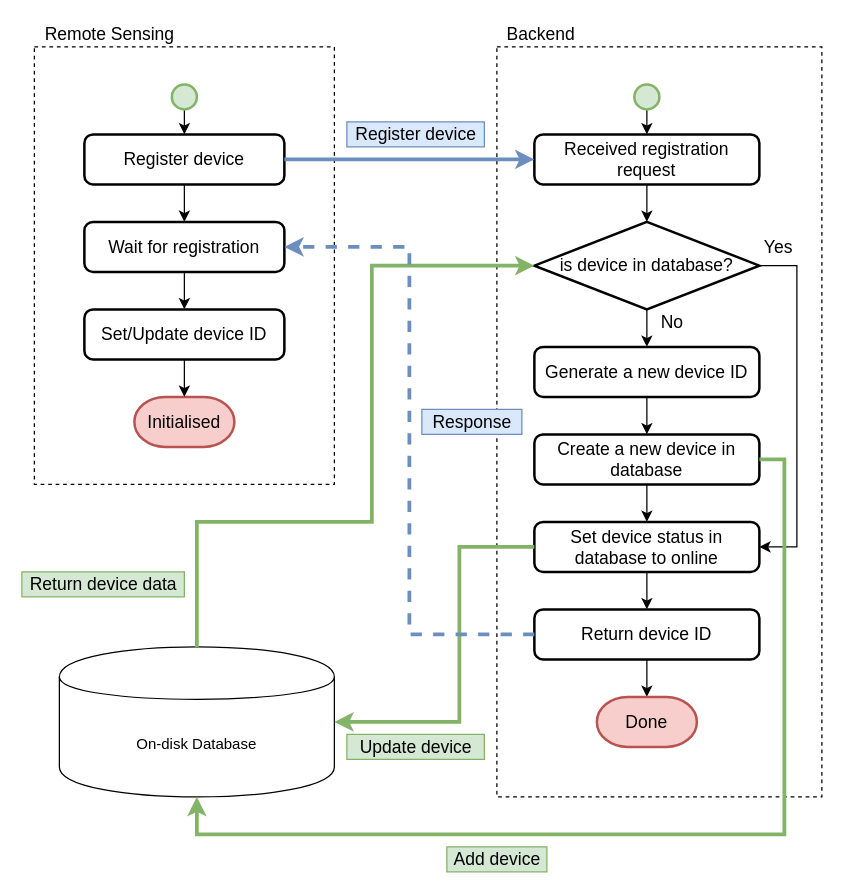
Zachaccino/Thesis-Paper keeps this draw.io diagram as drawios/c4-initialisation.drawio. Above is the earlier version. Source tidied: cells renumbered, new cells numbered last; positions are measured from the earlier drawing's top-left corner, leaving out a move shared by most shapes. Both pictures are drawn from the tidied source at 125%, with x=0, y=0 at pixel (21, 21).
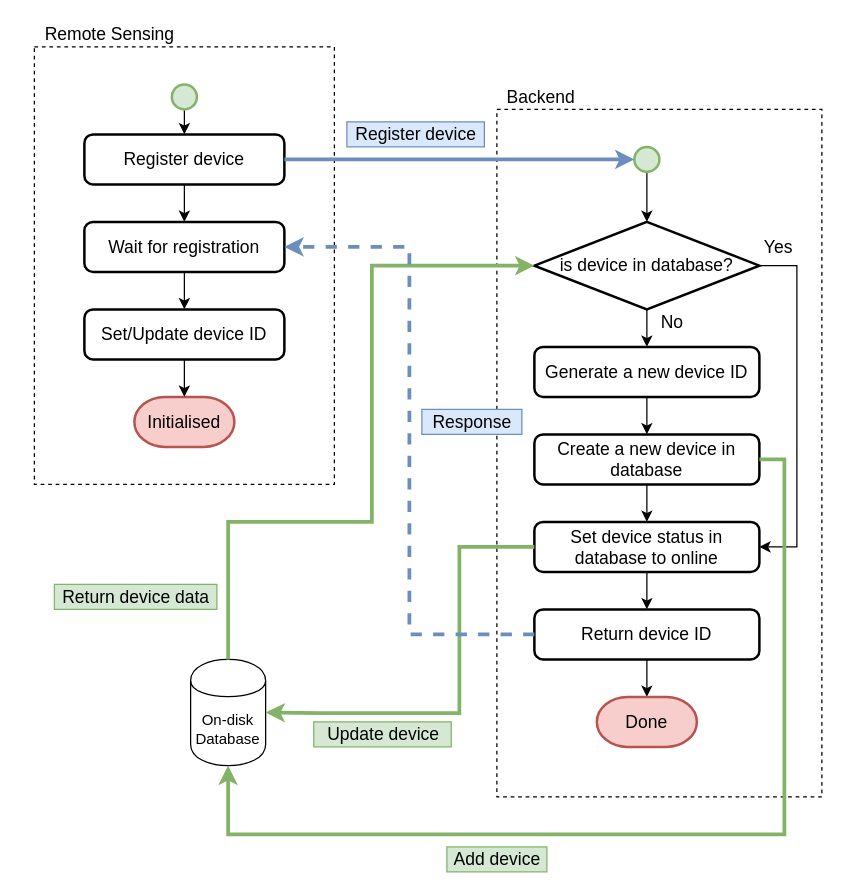
The same page after the edit.

Unchanged cells that the change refers to:
```xml
<mxCell id="3" value="Register device" style="rounded=1;whiteSpace=wrap;html=1;absoluteArcSize=1;arcSize=14;strokeWidth=2;fontSize=14;" parent="1" vertex="1">
  <mxGeometry x="50" y="90" width="160" height="40" as="geometry" />
</mxCell>
<mxCell id="16" value="is device in database?" style="strokeWidth=2;html=1;shape=mxgraph.flowchart.decision;whiteSpace=wrap;fontSize=14;" parent="1" vertex="1">
  <mxGeometry x="410" y="160" width="180" height="70" as="geometry" />
</mxCell>
<mxCell id="21" value="Create a new device in database" style="rounded=1;whiteSpace=wrap;html=1;absoluteArcSize=1;arcSize=14;strokeWidth=2;fontSize=14;" parent="1" vertex="1">
  <mxGeometry x="410" y="330" width="180" height="40" as="geometry" />
</mxCell>
<mxCell id="23" value="Set device status in database to online" style="rounded=1;whiteSpace=wrap;html=1;absoluteArcSize=1;arcSize=14;strokeWidth=2;fontSize=14;" parent="1" vertex="1">
  <mxGeometry x="410" y="400" width="180" height="40" as="geometry" />
</mxCell>
```

Change to the diagram source:
```diff
@@
+    <mxCell id="36" style="rounded=0;whiteSpace=wrap;html=1;fontSize=14;fillColor=none;dashed=1;" parent="1" vertex="1">
+      <mxGeometry x="380" y="70" width="260" height="550" as="geometry" />
+    </mxCell>
+    <mxCell id="37" style="rounded=0;whiteSpace=wrap;html=1;fontSize=14;fillColor=none;dashed=1;" parent="1" vertex="1">
+      <mxGeometry x="10" y="20" width="240" height="350" as="geometry" />
+    </mxCell>
@@
-    <mxCell id="8" style="edgeStyle=orthogonalEdgeStyle;rounded=0;jettySize=auto;html=1;exitX=0.5;exitY=1;exitDx=0;exitDy=0;exitPerimeter=0;entryX=0.5;entryY=0;entryDx=0;entryDy=0;fontSize=14;" parent="1" edge="1" source="9" target="11">
-      <mxGeometry relative="1" as="geometry" />
-    </mxCell>
+    <mxCell id="44" style="edgeStyle=orthogonalEdgeStyle;rounded=0;jettySize=auto;html=1;exitX=0.5;exitY=1;exitDx=0;exitDy=0;exitPerimeter=0;entryX=0.5;entryY=0;entryDx=0;entryDy=0;entryPerimeter=0;strokeWidth=1;fontSize=14;" parent="1" edge="1" source="9" target="16">
+      <mxGeometry relative="1" as="geometry" />
+    </mxCell>
     <mxCell id="9" style="strokeWidth=2;html=1;shape=mxgraph.flowchart.start_2;whiteSpace=wrap;fillColor=#d5e8d4;strokeColor=#82b366;fontSize=14;" parent="1" vertex="1">
-      <mxGeometry x="490" y="50" width="20" height="20" as="geometry" />
+      <mxGeometry x="490" y="100" width="20" height="20" as="geometry" />
     </mxCell>
-    <mxCell id="10" style="edgeStyle=orthogonalEdgeStyle;rounded=0;jettySize=auto;html=1;exitX=0.5;exitY=1;exitDx=0;exitDy=0;entryX=0.5;entryY=0;entryDx=0;entryDy=0;fontSize=14;" parent="1" edge="1" source="11">
-      <mxGeometry relative="1" as="geometry">
-        <mxPoint x="500" y="160" as="targetPoint" />
-      </mxGeometry>
-    </mxCell>
-    <mxCell id="11" value="Received registration request" style="rounded=1;whiteSpace=wrap;html=1;absoluteArcSize=1;arcSize=14;strokeWidth=2;fontSize=14;" parent="1" vertex="1">
-      <mxGeometry x="410" y="90" width="180" height="40" as="geometry" />
-    </mxCell>
@@
     <mxCell id="28" value="Backend" style="text;html=1;align=center;verticalAlign=middle;fontSize=14;" parent="1" vertex="1">
-      <mxGeometry x="380" width="70" height="20" as="geometry" />
+      <mxGeometry x="380" y="50" width="70" height="20" as="geometry" />
     </mxCell>
@@
     <mxCell id="31" value="On-disk Database" style="shape=cylinder;whiteSpace=wrap;html=1;boundedLbl=1;backgroundOutline=1;" parent="1" vertex="1">
-      <mxGeometry x="30" y="500" width="220" height="120" as="geometry" />
+      <mxGeometry x="135" y="510" width="60" height="85" as="geometry" />
     </mxCell>
     <mxCell id="32" value="Return device data" style="text;html=1;align=center;verticalAlign=middle;fontSize=14;fillColor=#d5e8d4;strokeColor=#82b366;" parent="1" vertex="1">
-      <mxGeometry y="440" width="130" height="20" as="geometry" />
+      <mxGeometry x="26" y="450" width="130" height="20" as="geometry" />
     </mxCell>
     <mxCell id="33" value="Update device" style="text;html=1;align=center;verticalAlign=middle;fontSize=14;fillColor=#d5e8d4;strokeColor=#82b366;" parent="1" vertex="1">
-      <mxGeometry x="260" y="570" width="110" height="20" as="geometry" />
+      <mxGeometry x="233.5" y="560" width="110" height="20" as="geometry" />
     </mxCell>
@@
-    <mxCell id="36" style="rounded=0;whiteSpace=wrap;html=1;fontSize=14;fillColor=none;dashed=1;" parent="1" vertex="1">
-      <mxGeometry x="380" y="20" width="260" height="600" as="geometry" />
-    </mxCell>
-    <mxCell id="37" style="rounded=0;whiteSpace=wrap;html=1;fontSize=14;fillColor=none;dashed=1;" parent="1" vertex="1">
-      <mxGeometry x="10" y="20" width="240" height="350" as="geometry" />
-    </mxCell>
-    <mxCell id="38" style="edgeStyle=orthogonalEdgeStyle;rounded=0;jettySize=auto;html=1;exitX=1;exitY=0.5;exitDx=0;exitDy=0;entryX=0;entryY=0.5;entryDx=0;entryDy=0;fontSize=14;fillColor=#dae8fc;strokeColor=#6c8ebf;strokeWidth=3;" parent="1" edge="1" source="3" target="11">
+    <mxCell id="38" style="edgeStyle=orthogonalEdgeStyle;rounded=0;jettySize=auto;html=1;exitX=1;exitY=0.5;exitDx=0;exitDy=0;entryX=0;entryY=0.5;entryDx=0;entryDy=0;fontSize=14;fillColor=#dae8fc;strokeColor=#6c8ebf;strokeWidth=3;entryPerimeter=0;" parent="1" edge="1" source="3" target="9">
       <mxGeometry relative="1" as="geometry" />
     </mxCell>
     <mxCell id="39" style="edgeStyle=orthogonalEdgeStyle;rounded=0;jettySize=auto;html=1;exitX=0.5;exitY=0;exitDx=0;exitDy=0;entryX=0;entryY=0.5;entryDx=0;entryDy=0;fillColor=#d5e8d4;strokeColor=#82b366;strokeWidth=3;entryPerimeter=0;" parent="1" edge="1" source="31" target="16">
       <mxGeometry relative="1" as="geometry">
         <Array as="points">
-          <mxPoint x="140" y="400" />
+          <mxPoint x="165" y="400" />
           <mxPoint x="280" y="400" />
           <mxPoint x="280" y="195" />
         </Array>
       </mxGeometry>
     </mxCell>
     <mxCell id="40" style="edgeStyle=orthogonalEdgeStyle;rounded=0;jettySize=auto;html=1;exitX=1;exitY=0.5;exitDx=0;exitDy=0;entryX=0.5;entryY=1;entryDx=0;entryDy=0;strokeWidth=3;fillColor=#d5e8d4;strokeColor=#82b366;" parent="1" edge="1" source="21" target="31">
       <mxGeometry relative="1" as="geometry">
         <Array as="points">
           <mxPoint x="610" y="350" />
           <mxPoint x="610" y="650" />
-          <mxPoint x="140" y="650" />
+          <mxPoint x="165" y="650" />
         </Array>
       </mxGeometry>
     </mxCell>
-    <mxCell id="41" style="edgeStyle=orthogonalEdgeStyle;rounded=0;jettySize=auto;html=1;exitX=0;exitY=0.5;exitDx=0;exitDy=0;entryX=1;entryY=0.5;entryDx=0;entryDy=0;strokeWidth=3;fillColor=#d5e8d4;strokeColor=#82b366;" parent="1" edge="1" source="23" target="31">
+    <mxCell id="41" style="edgeStyle=orthogonalEdgeStyle;rounded=0;jettySize=auto;html=1;exitX=0;exitY=0.5;exitDx=0;exitDy=0;strokeWidth=3;fillColor=#d5e8d4;strokeColor=#82b366;entryX=1;entryY=0.5;entryDx=0;entryDy=0;" parent="1" edge="1" source="23" target="31">
       <mxGeometry relative="1" as="geometry">
         <Array as="points">
           <mxPoint x="350" y="420" />
-          <mxPoint x="350" y="560" />
+          <mxPoint x="350" y="553" />
+          <mxPoint x="240" y="553" />
         </Array>
       </mxGeometry>
     </mxCell>
```
